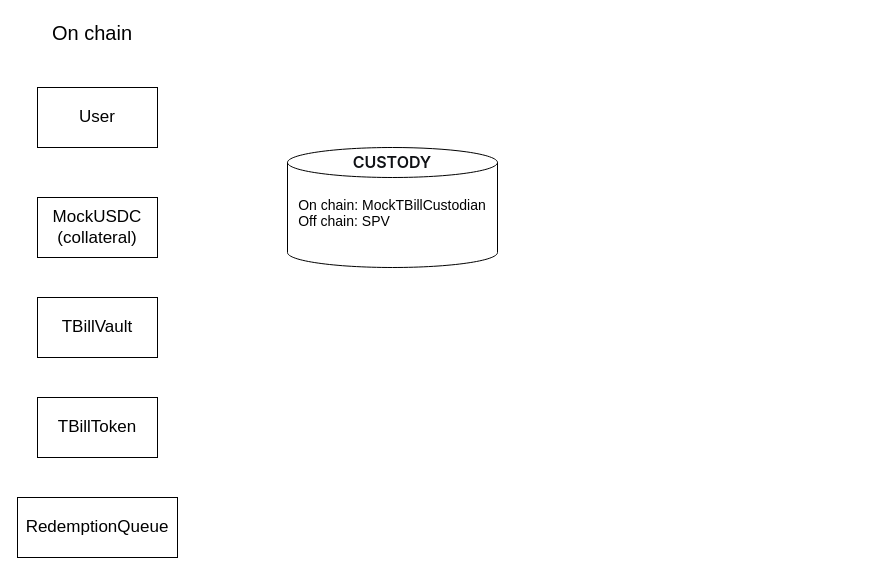
Before: Picture(Screenshots)/未命名绘图.drawio in xiaomangli69-max/rwa-lab-2026, a draw.io diagram. Source tidied: cells renumbered, new cells numbered last; positions are measured from the earlier drawing's top-left corner, leaving out a move shared by most shapes. Both pictures are drawn from the tidied source at 100%, with x=0, y=0 at pixel (17, 17).
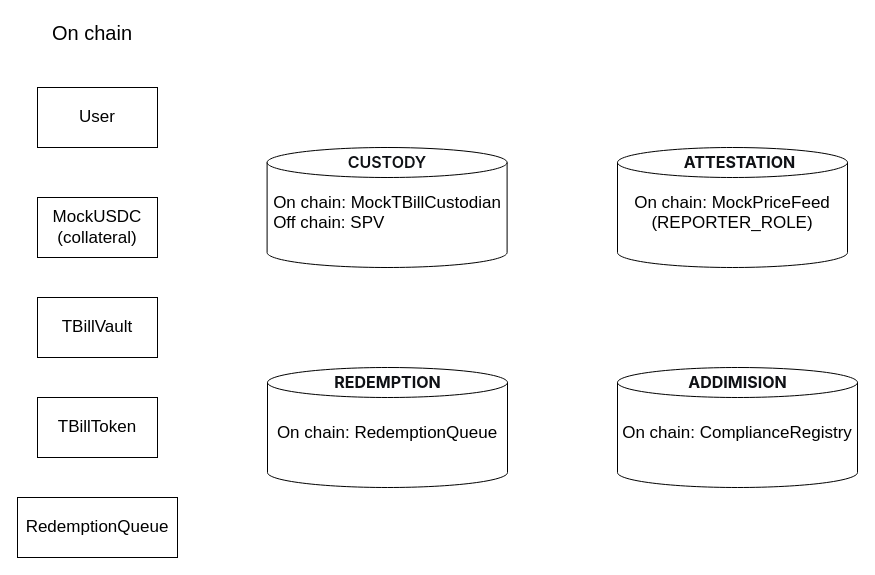
The same diagram, later.

Commit message (it also covers changes not shown here):
未命名绘图.drawio

Change to the diagram source:
```diff
@@
 <mxGraphModel>
   <root>
     <mxCell id="0" />
     <mxCell id="1" parent="0" />
     <mxCell id="2" value="&lt;font style=&quot;font-size: 17px;&quot;&gt;User&lt;/font&gt;" style="rounded=0;whiteSpace=wrap;html=1;" parent="1" vertex="1">
       <mxGeometry x="20" y="70" width="120" height="60" as="geometry" />
     </mxCell>
     <mxCell id="3" value="&lt;span style=&quot;font-size: 17px;&quot;&gt;MockUSDC&lt;/span&gt;&lt;div&gt;&lt;span style=&quot;font-size: 17px;&quot;&gt;(collateral)&lt;/span&gt;&lt;/div&gt;" style="rounded=0;whiteSpace=wrap;html=1;" parent="1" vertex="1">
       <mxGeometry x="20" y="180" width="120" height="60" as="geometry" />
     </mxCell>
     <mxCell id="4" value="&lt;span style=&quot;font-size: 17px;&quot;&gt;TBillVault&lt;/span&gt;" style="rounded=0;whiteSpace=wrap;html=1;" parent="1" vertex="1">
       <mxGeometry x="20" y="280" width="120" height="60" as="geometry" />
     </mxCell>
     <mxCell id="5" value="&lt;span style=&quot;font-size: 17px;&quot;&gt;TBillToken&lt;/span&gt;" style="rounded=0;whiteSpace=wrap;html=1;" parent="1" vertex="1">
       <mxGeometry x="20" y="380" width="120" height="60" as="geometry" />
     </mxCell>
     <mxCell id="6" value="&lt;span style=&quot;font-size: 17px;&quot;&gt;RedemptionQueue&lt;/span&gt;" style="rounded=0;whiteSpace=wrap;html=1;" parent="1" vertex="1">
       <mxGeometry y="480" width="160" height="60" as="geometry" />
     </mxCell>
     <mxCell id="7" value="&lt;font style=&quot;font-size: 20px;&quot;&gt;On chain&lt;/font&gt;" style="text;html=1;whiteSpace=wrap;strokeColor=none;fillColor=none;align=center;verticalAlign=middle;rounded=0;" parent="1" vertex="1">
       <mxGeometry x="20" width="110" height="30" as="geometry" />
     </mxCell>
     <mxCell id="8" style="group;" parent="1" vertex="1">
-      <mxGeometry x="270" y="130" width="210" height="120" as="geometry" />
+      <mxGeometry x="260" y="130" width="240" height="120" as="geometry" />
     </mxCell>
-    <mxCell id="9" value="&lt;font style=&quot;font-size: 14px;&quot;&gt;On chain: MockTBillCustodian&lt;/font&gt;&lt;div&gt;&lt;div style=&quot;text-align: left;&quot;&gt;&lt;span style=&quot;background-color: transparent; color: light-dark(rgb(0, 0, 0), rgb(255, 255, 255));&quot;&gt;&lt;font style=&quot;font-size: 14px;&quot;&gt;Off chain: SPV&lt;/font&gt;&lt;/span&gt;&lt;/div&gt;&lt;div&gt;&lt;br&gt;&lt;/div&gt;&lt;/div&gt;" style="shape=cylinder3;whiteSpace=wrap;html=1;boundedLbl=1;backgroundOutline=1;size=15;" parent="8" vertex="1">
-      <mxGeometry width="210" height="120" as="geometry" />
+    <mxCell id="9" value="&lt;font style=&quot;font-size: 17px;&quot;&gt;On chain: MockTBillCustodian&lt;/font&gt;&lt;div&gt;&lt;div style=&quot;text-align: left;&quot;&gt;&lt;span style=&quot;background-color: transparent; color: light-dark(rgb(0, 0, 0), rgb(255, 255, 255));&quot;&gt;&lt;font style=&quot;font-size: 17px;&quot;&gt;Off chain: SPV&lt;/font&gt;&lt;/span&gt;&lt;/div&gt;&lt;div&gt;&lt;br&gt;&lt;/div&gt;&lt;/div&gt;" style="shape=cylinder3;whiteSpace=wrap;html=1;boundedLbl=1;backgroundOutline=1;size=15;" parent="8" vertex="1">
+      <mxGeometry x="-10.4" width="240" height="120" as="geometry" />
     </mxCell>
     <mxCell id="10" value="&lt;span style=&quot;font-weight: 600; color: rgb(15, 17, 21); font-family: quote-cjk-patch, Inter, system-ui, -apple-system, BlinkMacSystemFont, &amp;quot;Segoe UI&amp;quot;, Roboto, Oxygen, Ubuntu, Cantarell, &amp;quot;Open Sans&amp;quot;, &amp;quot;Helvetica Neue&amp;quot;, sans-serif; font-size: 16px; text-align: start;&quot;&gt;&lt;span class=&quot;&quot;&gt;CUSTODY&lt;/span&gt;&lt;/span&gt;" style="text;html=1;whiteSpace=wrap;strokeColor=none;fillColor=none;align=center;verticalAlign=middle;rounded=0;" parent="8" vertex="1">
-      <mxGeometry x="65" width="80" height="30" as="geometry" />
+      <mxGeometry x="67.8" width="83.5" height="30" as="geometry" />
     </mxCell>
+    <mxCell id="11" style="group;" parent="1" vertex="1">
+      <mxGeometry x="600" y="130" width="230" height="120" as="geometry" />
+    </mxCell>
+    <mxCell id="12" value="&lt;font style=&quot;font-size: 17px;&quot;&gt;On chain: MockPriceFeed&lt;/font&gt;&lt;div&gt;&lt;font style=&quot;font-size: 17px;&quot;&gt;(REPORTER_ROLE)&lt;br&gt;&lt;/font&gt;&lt;div&gt;&lt;div&gt;&lt;br&gt;&lt;/div&gt;&lt;/div&gt;&lt;/div&gt;" style="shape=cylinder3;whiteSpace=wrap;html=1;boundedLbl=1;backgroundOutline=1;size=15;" parent="11" vertex="1">
+      <mxGeometry width="230" height="120" as="geometry" />
+    </mxCell>
+    <mxCell id="13" value="&lt;div style=&quot;text-align: start;&quot;&gt;&lt;span style=&quot;background-color: transparent; font-size: 16px;&quot;&gt;&lt;font color=&quot;#0f1115&quot; face=&quot;quote-cjk-patch, Inter, system-ui, -apple-system, BlinkMacSystemFont, Segoe UI, Roboto, Oxygen, Ubuntu, Cantarell, Open Sans, Helvetica Neue, sans-serif&quot;&gt;&lt;b&gt;ATTESTATION&lt;/b&gt;&lt;/font&gt;&lt;/span&gt;&lt;/div&gt;" style="text;html=1;whiteSpace=wrap;strokeColor=none;fillColor=none;align=center;verticalAlign=middle;rounded=0;" parent="11" vertex="1">
+      <mxGeometry x="90" width="64.8" height="30" as="geometry" />
+    </mxCell>
+    <mxCell id="14" style="group;" parent="1" vertex="1">
+      <mxGeometry x="250" y="350" width="240" height="120" as="geometry" />
+    </mxCell>
+    <mxCell id="15" value="&lt;font style=&quot;font-size: 17px;&quot;&gt;&lt;font style=&quot;&quot;&gt;On chain:&amp;nbsp;&lt;/font&gt;RedemptionQueue&lt;/font&gt;&lt;div&gt;&lt;div&gt;&lt;div&gt;&lt;br&gt;&lt;/div&gt;&lt;/div&gt;&lt;/div&gt;" style="shape=cylinder3;whiteSpace=wrap;html=1;boundedLbl=1;backgroundOutline=1;size=15;" parent="14" vertex="1">
+      <mxGeometry width="240" height="120" as="geometry" />
+    </mxCell>
+    <mxCell id="16" value="&lt;div style=&quot;text-align: start;&quot;&gt;&lt;font color=&quot;#0f1115&quot; face=&quot;quote-cjk-patch, Inter, system-ui, -apple-system, BlinkMacSystemFont, Segoe UI, Roboto, Oxygen, Ubuntu, Cantarell, Open Sans, Helvetica Neue, sans-serif&quot;&gt;&lt;span style=&quot;font-size: 16px;&quot;&gt;&lt;b&gt;REDEMPTION&lt;/b&gt;&lt;/span&gt;&lt;/font&gt;&lt;/div&gt;" style="text;html=1;whiteSpace=wrap;strokeColor=none;fillColor=none;align=center;verticalAlign=middle;rounded=0;" parent="14" vertex="1">
+      <mxGeometry x="84.7" width="70.6" height="30" as="geometry" />
+    </mxCell>
+    <mxCell id="17" style="group;" parent="1" vertex="1">
+      <mxGeometry x="600" y="350" width="240" height="120" as="geometry" />
+    </mxCell>
+    <mxCell id="18" value="&lt;font style=&quot;font-size: 17px;&quot;&gt;&lt;font style=&quot;&quot;&gt;On chain: ComplianceRegistry&lt;/font&gt;&lt;/font&gt;&lt;div&gt;&lt;div&gt;&lt;div&gt;&lt;br&gt;&lt;/div&gt;&lt;/div&gt;&lt;/div&gt;" style="shape=cylinder3;whiteSpace=wrap;html=1;boundedLbl=1;backgroundOutline=1;size=15;" parent="17" vertex="1">
+      <mxGeometry width="240" height="120" as="geometry" />
+    </mxCell>
+    <mxCell id="19" value="&lt;div style=&quot;text-align: start;&quot;&gt;&lt;font color=&quot;#0f1115&quot; face=&quot;quote-cjk-patch, Inter, system-ui, -apple-system, BlinkMacSystemFont, Segoe UI, Roboto, Oxygen, Ubuntu, Cantarell, Open Sans, Helvetica Neue, sans-serif&quot;&gt;&lt;span style=&quot;font-size: 16px;&quot;&gt;&lt;b&gt;ADDIMISION&lt;/b&gt;&lt;/span&gt;&lt;/font&gt;&lt;/div&gt;" style="text;html=1;whiteSpace=wrap;strokeColor=none;fillColor=none;align=center;verticalAlign=middle;rounded=0;" parent="17" vertex="1">
+      <mxGeometry x="84.7" width="70.6" height="30" as="geometry" />
+    </mxCell>
   </root>
 </mxGraphModel>
```
